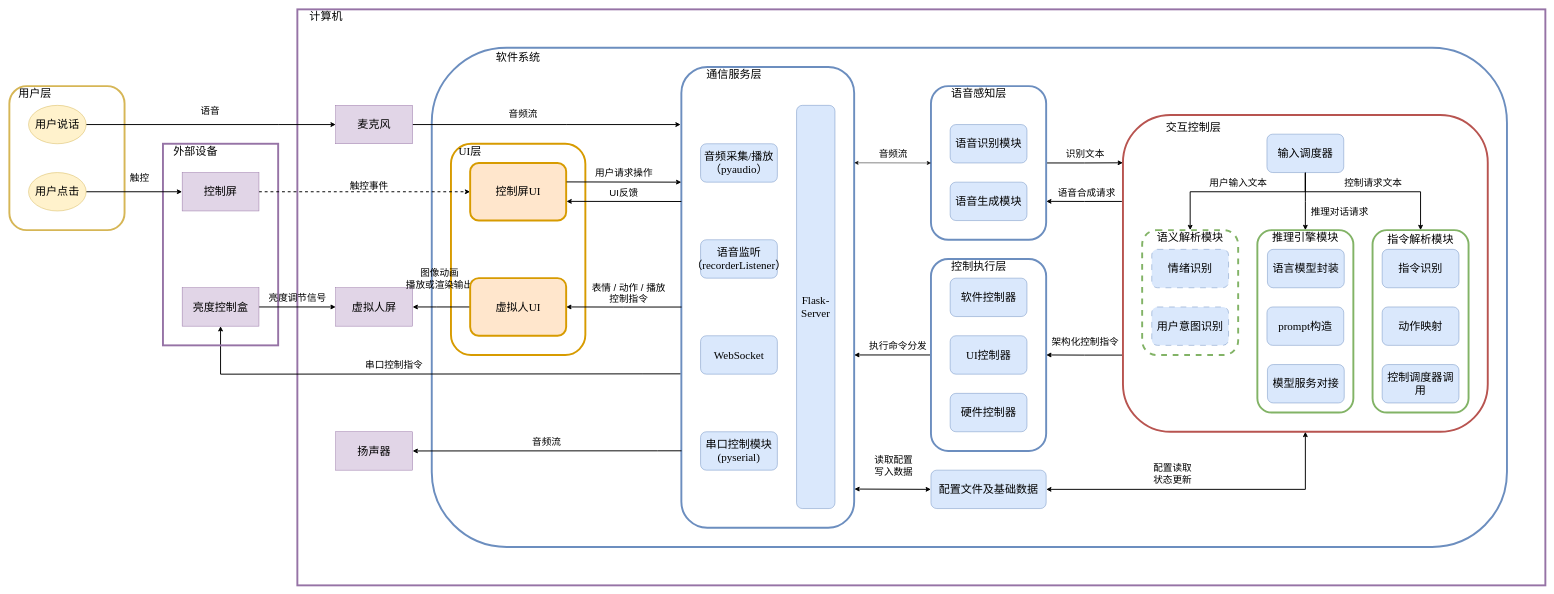
NanayaSN/VPA keeps this draw.io diagram as 未命名绘图.drawio. Above is the earlier version. Source tidied: cells renumbered, new cells numbered last; positions are measured from the earlier drawing's top-left corner, leaving out a move shared by most shapes. Both pictures are drawn from the tidied source at 48%, with x=0, y=0 at pixel (9, 9).
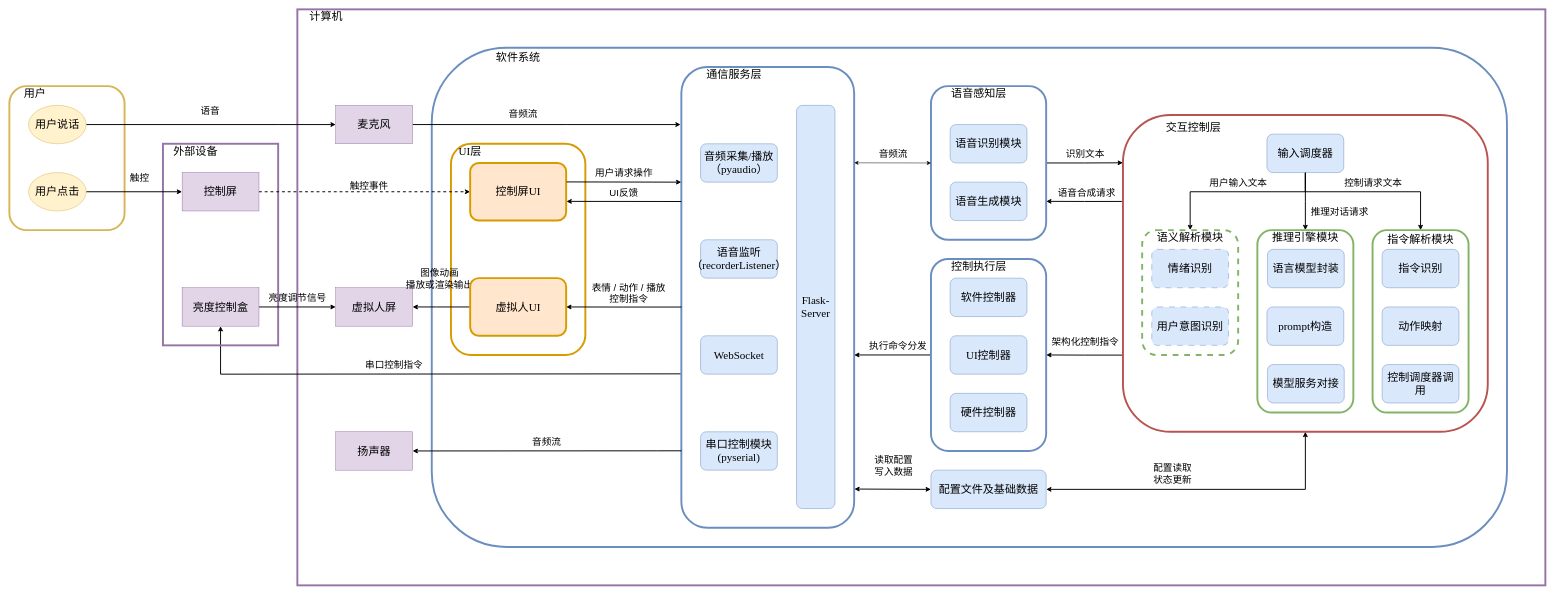
The same diagram, later.

Commit message (it also covers changes not shown here):
更新未命名绘图.drawio

What changed in the source:
```diff
@@
-    <mxCell id="56" value="&lt;font&gt;用户层&lt;/font&gt;" style="text;html=1;align=center;verticalAlign=middle;whiteSpace=wrap;rounded=0;fontSize=23;fontFamily=Times New Roman;labelBackgroundColor=none;" parent="1" vertex="1">
+    <mxCell id="56" value="&lt;font&gt;用户&lt;/font&gt;" style="text;html=1;align=center;verticalAlign=middle;whiteSpace=wrap;rounded=0;fontSize=23;fontFamily=Times New Roman;labelBackgroundColor=none;" parent="1" vertex="1">
       <mxGeometry y="160" width="107" height="30" as="geometry" />
     </mxCell>
```
